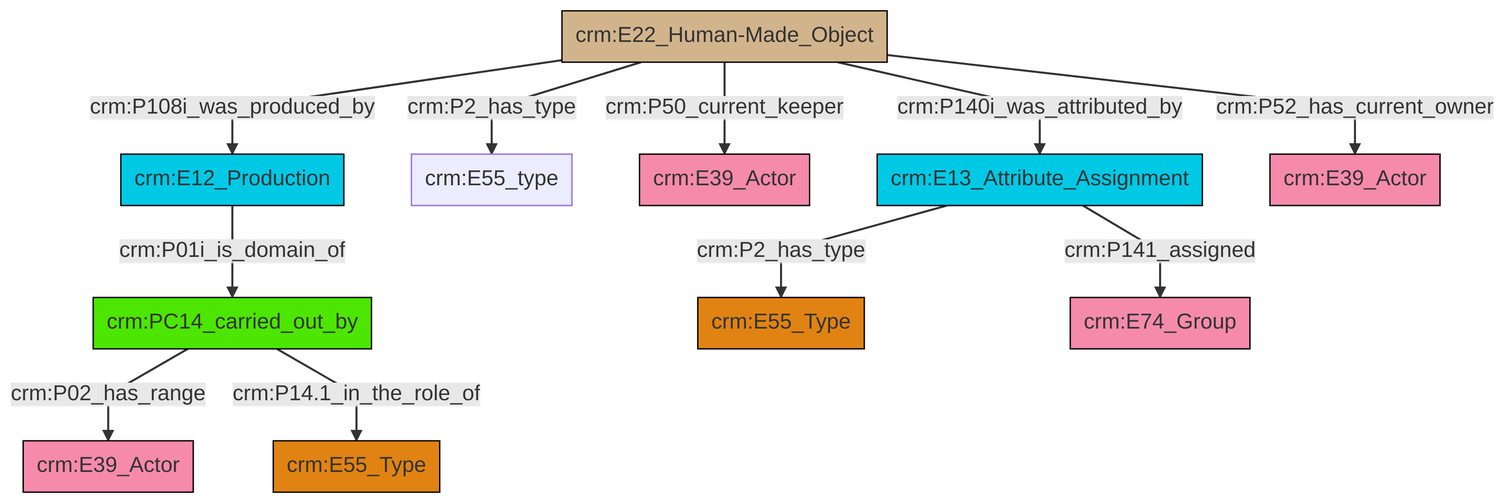
Before: et/artworkCSV/ttl/mmd/png/Artwork_Actor_Relations.png, a diagram exported from Mermaid (swiss-art-research-net/reference-data-models). Its source is kept beside it as et/artworkCSV/ttl/mmd/Artwork_Actor_Relations.ttl.mmd.
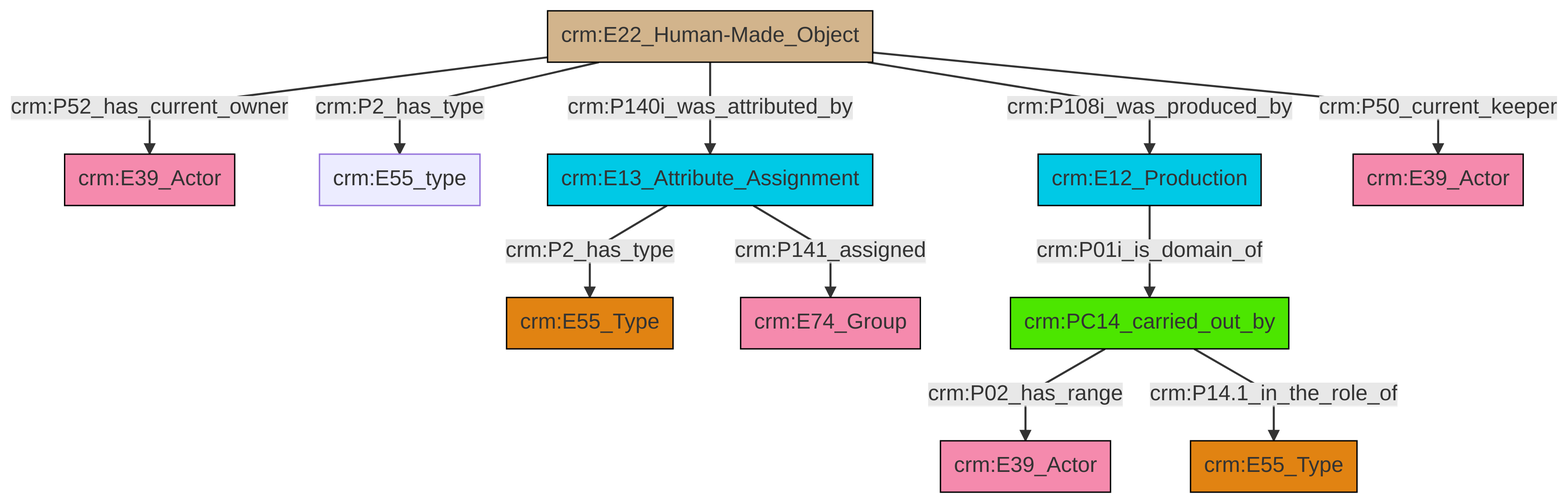
Later version of the same file.

What changed in the source:
```diff
@@ -13,13 +13,13 @@
 classDef PC_Classes fill:#4ce600, stroke:#000000;
 classDef Multi fill:#cccccc,stroke:#000000;
 
-2["crm:PC14_carried_out_by"]:::PC_Classes -->|crm:P02_has_range| 3["crm:E39_Actor"]:::Actor
-4["crm:E13_Attribute_Assignment"]:::Temporal_Entity -->|crm:P2_has_type| 5["crm:E55_Type"]:::Type
-2["crm:PC14_carried_out_by"]:::PC_Classes -->|crm:P14.1_in_the_role_of| 0["crm:E55_Type"]:::Type
-13["crm:E22_Human-Made_Object"]:::Physical_Thing -->|crm:P52_has_current_owner| 14["crm:E39_Actor"]:::Actor
-13["crm:E22_Human-Made_Object"]:::Physical_Thing -->|crm:P108i_was_produced_by| 11["crm:E12_Production"]:::Temporal_Entity
-13["crm:E22_Human-Made_Object"]:::Physical_Thing -->|crm:P2_has_type| 6["crm:E55_type"]:::Default
-11["crm:E12_Production"]:::Temporal_Entity -->|crm:P01i_is_domain_of| 2["crm:PC14_carried_out_by"]:::PC_Classes
-13["crm:E22_Human-Made_Object"]:::Physical_Thing -->|crm:P50_current_keeper| 8["crm:E39_Actor"]:::Actor
-4["crm:E13_Attribute_Assignment"]:::Temporal_Entity -->|crm:P141_assigned| 19["crm:E74_Group"]:::Actor
-13["crm:E22_Human-Made_Object"]:::Physical_Thing -->|crm:P140i_was_attributed_by| 4["crm:E13_Attribute_Assignment"]:::Temporal_Entity
+2["crm:E13_Attribute_Assignment"]:::Temporal_Entity -->|crm:P2_has_type| 3["crm:E55_Type"]:::Type
+4["crm:E22_Human-Made_Object"]:::Physical_Thing -->|crm:P52_has_current_owner| 6["crm:E39_Actor"]:::Actor
+7["crm:PC14_carried_out_by"]:::PC_Classes -->|crm:P02_has_range| 0["crm:E39_Actor"]:::Actor
+2["crm:E13_Attribute_Assignment"]:::Temporal_Entity -->|crm:P141_assigned| 9["crm:E74_Group"]:::Actor
+4["crm:E22_Human-Made_Object"]:::Physical_Thing -->|crm:P2_has_type| 18["crm:E55_type"]:::Default
+14["crm:E12_Production"]:::Temporal_Entity -->|crm:P01i_is_domain_of| 7["crm:PC14_carried_out_by"]:::PC_Classes
+4["crm:E22_Human-Made_Object"]:::Physical_Thing -->|crm:P140i_was_attributed_by| 2["crm:E13_Attribute_Assignment"]:::Temporal_Entity
+7["crm:PC14_carried_out_by"]:::PC_Classes -->|crm:P14.1_in_the_role_of| 12["crm:E55_Type"]:::Type
+4["crm:E22_Human-Made_Object"]:::Physical_Thing -->|crm:P108i_was_produced_by| 14["crm:E12_Production"]:::Temporal_Entity
+4["crm:E22_Human-Made_Object"]:::Physical_Thing -->|crm:P50_current_keeper| 16["crm:E39_Actor"]:::Actor
```
